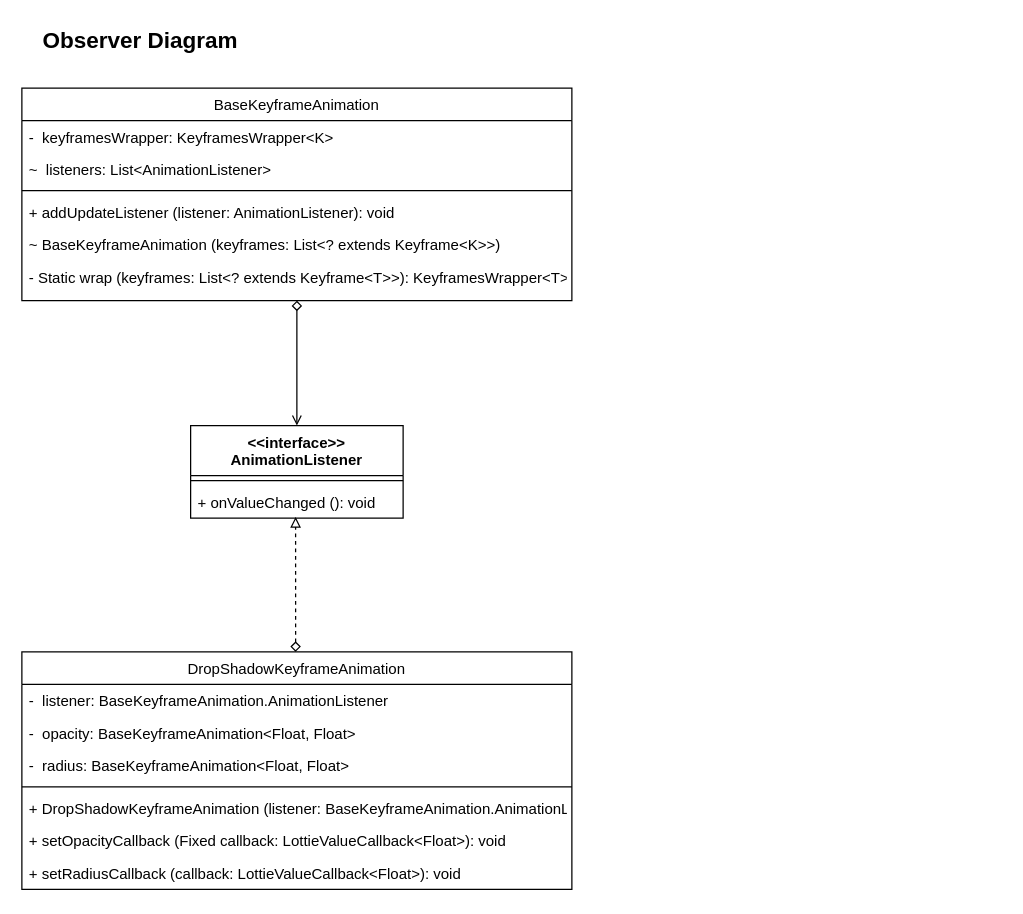
ussnllmn/SAD-1-2564 keeps this draw.io diagram as Observer Diagram.drawio. Above is the earlier version. Source tidied: cells renumbered, new cells numbered last; positions are measured from the earlier drawing's top-left corner, leaving out a move shared by most shapes. Both pictures are drawn from the tidied source at 125%, with x=0, y=0 at pixel (21, 21).
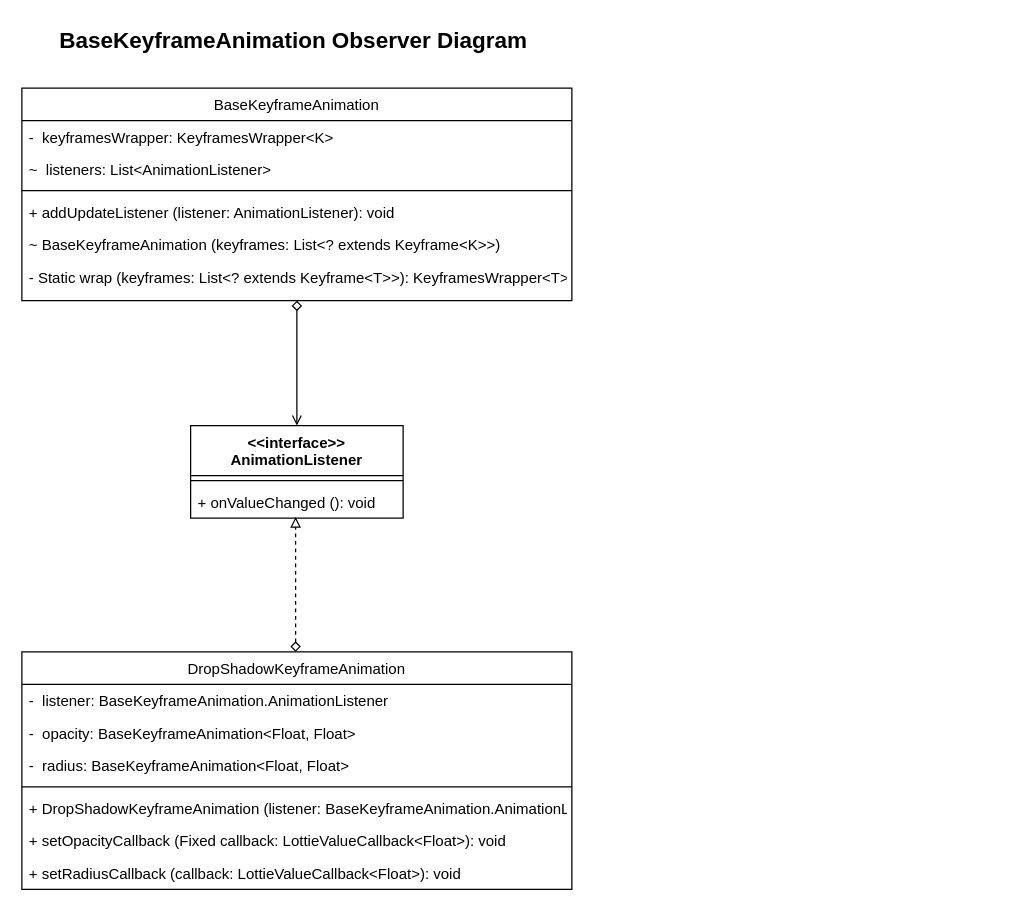
Above is the later version.

What changed in the source:
```diff
@@
-    <mxCell id="10" value="Observer&amp;nbsp;Diagram" style="text;html=1;strokeColor=none;fillColor=none;align=center;verticalAlign=middle;whiteSpace=wrap;rounded=0;fontSize=18;fontStyle=1;" parent="1" vertex="1">
-      <mxGeometry width="190" height="30" as="geometry" />
+    <mxCell id="10" value="BaseKeyframeAnimation Observer&amp;nbsp;Diagram" style="text;html=1;strokeColor=none;fillColor=none;align=center;verticalAlign=middle;whiteSpace=wrap;rounded=0;fontSize=18;fontStyle=1;" parent="1" vertex="1">
+      <mxGeometry width="435" height="30" as="geometry" />
     </mxCell>
```
